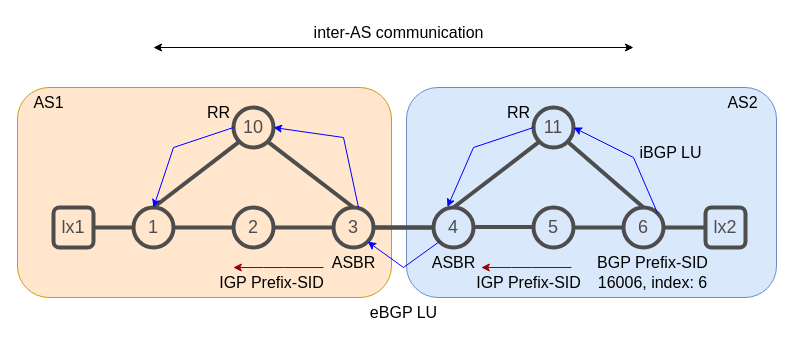
IntuitiveSoft-net/sr-lab keeps this draw.io diagram as page "6" (6 of 7) of images/lab-topologies.drawio. Above is the earlier version. Source tidied: cells renumbered, new cells numbered last; positions are measured from the earlier drawing's top-left corner, leaving out a move shared by most shapes. Both pictures are drawn from the tidied source at 100%, with x=0, y=0 at pixel (17, 17).
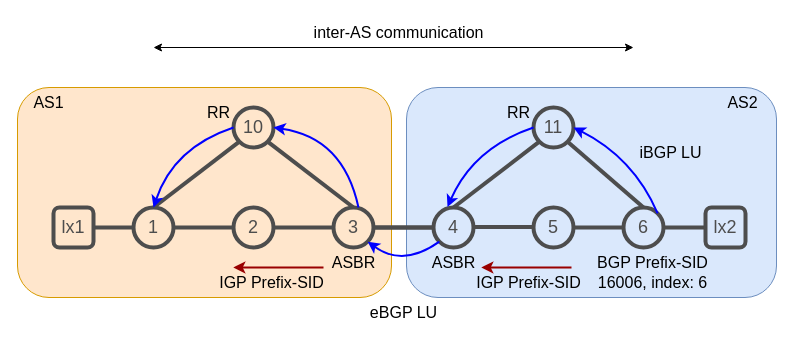
Above is the later version.

Unchanged cells that the change refers to:
```xml
<mxCell id="4" value="&lt;font color=&quot;#4d4d4d&quot; style=&quot;font-size: 18px;&quot;&gt;1&lt;/font&gt;" style="ellipse;whiteSpace=wrap;html=1;strokeWidth=4;shadow=0;gradientColor=default;fillColor=none;strokeColor=#4D4D4D;" parent="1" vertex="1">
  <mxGeometry x="116" y="190" width="40" height="40" as="geometry" />
</mxCell>
<mxCell id="7" value="&lt;font color=&quot;#4d4d4d&quot; style=&quot;font-size: 18px;&quot;&gt;6&lt;/font&gt;" style="ellipse;whiteSpace=wrap;html=1;strokeWidth=4;shadow=0;gradientColor=default;fillColor=none;strokeColor=#4D4D4D;" parent="1" vertex="1">
  <mxGeometry x="606" y="190" width="40" height="40" as="geometry" />
</mxCell>
<mxCell id="12" value="&lt;font color=&quot;#4d4d4d&quot; style=&quot;font-size: 18px;&quot;&gt;10&lt;/font&gt;" style="ellipse;whiteSpace=wrap;html=1;strokeWidth=4;shadow=0;gradientColor=default;fillColor=none;strokeColor=#4D4D4D;" parent="1" vertex="1">
  <mxGeometry x="216" y="90" width="40" height="40" as="geometry" />
</mxCell>
<mxCell id="18" value="&lt;font color=&quot;#4d4d4d&quot; style=&quot;font-size: 18px;&quot;&gt;3&lt;/font&gt;" style="ellipse;whiteSpace=wrap;html=1;strokeWidth=4;shadow=0;gradientColor=default;fillColor=none;strokeColor=#4D4D4D;" parent="1" vertex="1">
  <mxGeometry x="316" y="190" width="40" height="40" as="geometry" />
</mxCell>
<mxCell id="20" value="&lt;font color=&quot;#4d4d4d&quot; style=&quot;font-size: 18px;&quot;&gt;4&lt;/font&gt;" style="ellipse;whiteSpace=wrap;html=1;strokeWidth=4;shadow=0;gradientColor=default;fillColor=none;strokeColor=#4D4D4D;" parent="1" vertex="1">
  <mxGeometry x="416" y="190" width="40" height="40" as="geometry" />
</mxCell>
<mxCell id="23" value="&lt;font color=&quot;#4d4d4d&quot; style=&quot;font-size: 18px;&quot;&gt;11&lt;/font&gt;" style="ellipse;whiteSpace=wrap;html=1;strokeWidth=4;shadow=0;gradientColor=default;fillColor=none;strokeColor=#4D4D4D;" parent="1" vertex="1">
  <mxGeometry x="516" y="90" width="40" height="40" as="geometry" />
</mxCell>
```

What changed in the source:
```diff
@@
-    <mxCell id="28" style="endArrow=classic;html=1;rounded=0;fontSize=16;exitX=1;exitY=0;exitDx=0;exitDy=0;entryX=1;entryY=0.5;entryDx=0;entryDy=0;startArrow=none;startFill=0;endFill=1;strokeColor=#0000FF;" parent="1" edge="1" source="7" target="23">
+    <mxCell id="28" style="endArrow=classic;html=1;fontSize=16;exitX=1;exitY=0;exitDx=0;exitDy=0;entryX=1;entryY=0.5;entryDx=0;entryDy=0;startArrow=none;startFill=0;endFill=1;strokeColor=#0000FF;curved=1;strokeWidth=2;" parent="1" edge="1" source="7" target="23">
       <mxGeometry relative="1" as="geometry">
         <Array as="points">
           <mxPoint x="616" y="140" />
         </Array>
       </mxGeometry>
     </mxCell>
@@
-    <mxCell id="31" style="endArrow=classic;html=1;rounded=0;fontSize=16;exitX=0;exitY=1;exitDx=0;exitDy=0;entryX=1;entryY=1;entryDx=0;entryDy=0;strokeColor=#0000FF;" parent="1" edge="1" source="20" target="18">
+    <mxCell id="31" style="endArrow=classic;html=1;fontSize=16;exitX=0;exitY=1;exitDx=0;exitDy=0;entryX=1;entryY=1;entryDx=0;entryDy=0;strokeColor=#0000FF;curved=1;strokeWidth=2;" parent="1" edge="1" source="20" target="18">
       <mxGeometry relative="1" as="geometry">
         <Array as="points">
           <mxPoint x="386" y="250" />
         </Array>
       </mxGeometry>
     </mxCell>
@@
-    <mxCell id="33" style="endArrow=classic;html=1;rounded=0;fontSize=16;exitX=0;exitY=1;exitDx=0;exitDy=0;entryX=1;entryY=0.5;entryDx=0;entryDy=0;strokeColor=#0000FF;" parent="1" edge="1" target="12">
+    <mxCell id="33" style="endArrow=classic;html=1;fontSize=16;exitX=0;exitY=1;exitDx=0;exitDy=0;entryX=1;entryY=0.5;entryDx=0;entryDy=0;strokeColor=#0000FF;curved=1;strokeWidth=2;" parent="1" edge="1" target="12">
       <mxGeometry relative="1" as="geometry">
         <mxPoint x="341" y="190" as="sourcePoint" />
         <Array as="points">
           <mxPoint x="326" y="120" />
         </Array>
       </mxGeometry>
     </mxCell>
-    <mxCell id="34" style="endArrow=classic;html=1;rounded=0;fontSize=16;exitX=0;exitY=0.5;exitDx=0;exitDy=0;entryX=0.5;entryY=0;entryDx=0;entryDy=0;strokeColor=#0000FF;" parent="1" edge="1" source="12" target="4">
+    <mxCell id="34" style="endArrow=classic;html=1;fontSize=16;exitX=0;exitY=0.5;exitDx=0;exitDy=0;entryX=0.5;entryY=0;entryDx=0;entryDy=0;strokeColor=#0000FF;curved=1;strokeWidth=2;" parent="1" edge="1" source="12" target="4">
       <mxGeometry relative="1" as="geometry">
         <Array as="points">
           <mxPoint x="156" y="130" />
         </Array>
       </mxGeometry>
     </mxCell>
-    <mxCell id="35" style="endArrow=classic;html=1;rounded=0;fontSize=16;exitX=0;exitY=0.5;exitDx=0;exitDy=0;entryX=0.35;entryY=-0.012;entryDx=0;entryDy=0;startArrow=none;startFill=0;endFill=1;strokeColor=#0000FF;entryPerimeter=0;" parent="1" edge="1" source="23" target="20">
+    <mxCell id="35" style="endArrow=classic;html=1;fontSize=16;exitX=0;exitY=0.5;exitDx=0;exitDy=0;entryX=0.35;entryY=-0.012;entryDx=0;entryDy=0;startArrow=none;startFill=0;endFill=1;strokeColor=#0000FF;entryPerimeter=0;curved=1;strokeWidth=2;" parent="1" edge="1" source="23" target="20">
       <mxGeometry relative="1" as="geometry">
         <Array as="points">
           <mxPoint x="456" y="130" />
         </Array>
       </mxGeometry>
     </mxCell>
-    <mxCell id="36" style="endArrow=classic;html=1;rounded=0;strokeColor=#990000;fontSize=16;entryX=0.684;entryY=0.857;entryDx=0;entryDy=0;entryPerimeter=0;" parent="1" edge="1">
+    <mxCell id="36" style="endArrow=classic;html=1;rounded=0;strokeColor=#990000;fontSize=16;entryX=0.684;entryY=0.857;entryDx=0;entryDy=0;entryPerimeter=0;strokeWidth=2;" parent="1" edge="1">
       <mxGeometry relative="1" as="geometry">
         <mxPoint x="306" y="250" as="sourcePoint" />
         <mxPoint x="215.8" y="250" as="targetPoint" />
         <Array as="points">
           <mxPoint x="266" y="250" />
           <mxPoint x="246" y="250" />
         </Array>
       </mxGeometry>
     </mxCell>
@@
-    <mxCell id="39" style="endArrow=classic;html=1;rounded=0;strokeColor=#990000;fontSize=16;entryX=0.684;entryY=0.857;entryDx=0;entryDy=0;entryPerimeter=0;" parent="1" edge="1">
+    <mxCell id="39" style="endArrow=classic;html=1;rounded=0;strokeColor=#990000;fontSize=16;entryX=0.684;entryY=0.857;entryDx=0;entryDy=0;entryPerimeter=0;strokeWidth=2;" parent="1" edge="1">
       <mxGeometry relative="1" as="geometry">
         <mxPoint x="554" y="250" as="sourcePoint" />
         <mxPoint x="463.8" y="250" as="targetPoint" />
         <Array as="points">
           <mxPoint x="514" y="250" />
           <mxPoint x="494" y="250" />
         </Array>
       </mxGeometry>
     </mxCell>
```
